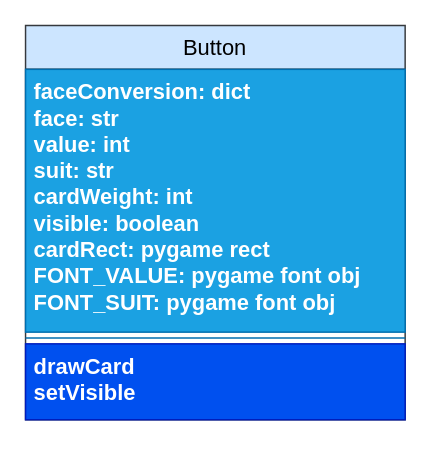
Above: flowCharts/card classdiagram.drawio in CDonners/None-Exam-Assessment-2026-AQA (draw.io), before the change. Source tidied: cells renumbered, new cells numbered last; positions are measured from the earlier drawing's top-left corner, leaving out a move shared by most shapes. Both pictures are drawn from the tidied source at 146%, with x=0, y=0 at pixel (25, 25).
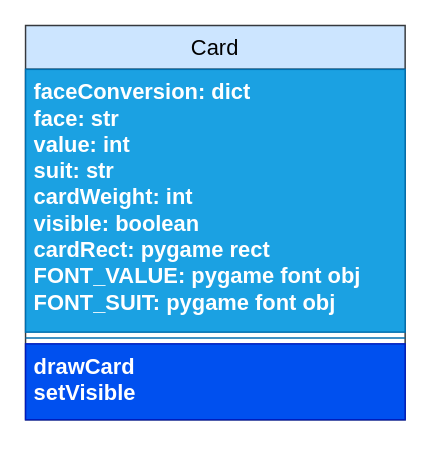
The same page after the edit.

Diff of the diagram source:
```diff
@@
 <mxGraphModel>
   <root>
     <mxCell id="0" />
     <mxCell id="1" parent="0" />
-    <mxCell id="2" value="&lt;span style=&quot;font-weight: normal;&quot;&gt;&lt;font style=&quot;font-size: 15px;&quot;&gt;Button&lt;/font&gt;&lt;/span&gt;" style="swimlane;fontStyle=1;align=center;verticalAlign=top;horizontal=1;startSize=30;whiteSpace=wrap;html=1;fillColor=#cce5ff;strokeColor=#36393d;" parent="1" vertex="1">
+    <mxCell id="2" value="&lt;span style=&quot;font-weight: normal;&quot;&gt;&lt;font style=&quot;font-size: 15px;&quot;&gt;Card&lt;/font&gt;&lt;/span&gt;" style="swimlane;fontStyle=1;align=center;verticalAlign=top;horizontal=1;startSize=30;whiteSpace=wrap;html=1;fillColor=#cce5ff;strokeColor=#36393d;" parent="1" vertex="1">
       <mxGeometry width="260" height="270" as="geometry" />
     </mxCell>
     <mxCell id="3" value="&lt;span style=&quot;font-size: 15px;&quot;&gt;&lt;b&gt;faceConversion: dict&lt;/b&gt;&lt;/span&gt;&lt;div&gt;&lt;span style=&quot;font-size: 15px;&quot;&gt;&lt;b&gt;face: str&lt;/b&gt;&lt;/span&gt;&lt;/div&gt;&lt;div&gt;&lt;span style=&quot;font-size: 15px;&quot;&gt;&lt;b&gt;value: int&lt;/b&gt;&lt;/span&gt;&lt;/div&gt;&lt;div&gt;&lt;span style=&quot;font-size: 15px;&quot;&gt;&lt;b&gt;suit: str&lt;/b&gt;&lt;/span&gt;&lt;/div&gt;&lt;div&gt;&lt;span style=&quot;font-size: 15px;&quot;&gt;&lt;b&gt;cardWeight: int&lt;/b&gt;&lt;/span&gt;&lt;/div&gt;&lt;div&gt;&lt;span style=&quot;font-size: 15px;&quot;&gt;&lt;b&gt;visible: boolean&lt;/b&gt;&lt;/span&gt;&lt;/div&gt;&lt;div&gt;&lt;span style=&quot;font-size: 15px;&quot;&gt;&lt;b&gt;cardRect: pygame rect&lt;/b&gt;&lt;/span&gt;&lt;/div&gt;&lt;div&gt;&lt;span style=&quot;font-size: 15px;&quot;&gt;&lt;b&gt;FONT_VALUE: pygame font obj&lt;/b&gt;&lt;/span&gt;&lt;/div&gt;&lt;div&gt;&lt;span style=&quot;font-size: 15px;&quot;&gt;&lt;b&gt;FONT_SUIT: pygame font obj&lt;/b&gt;&lt;/span&gt;&lt;/div&gt;" style="text;align=left;verticalAlign=top;spacingLeft=4;spacingRight=4;overflow=hidden;whiteSpace=wrap;html=1;fillColor=#1ba1e2;strokeColor=#006EAF;fontColor=#ffffff;" parent="2" vertex="1">
       <mxGeometry y="30" width="260" height="180" as="geometry" />
     </mxCell>
     <mxCell id="4" style="line;strokeWidth=1;align=left;verticalAlign=middle;spacingTop=-1;spacingLeft=3;spacingRight=3;labelPosition=right;fillColor=#1ba1e2;fontColor=#ffffff;strokeColor=#006EAF;" parent="2" vertex="1">
       <mxGeometry y="210" width="260" height="8" as="geometry" />
     </mxCell>
     <mxCell id="5" value="&lt;span style=&quot;font-size: 15px;&quot;&gt;&lt;b&gt;drawCard&lt;/b&gt;&lt;/span&gt;&lt;div&gt;&lt;span style=&quot;font-size: 15px;&quot;&gt;&lt;b&gt;setVisible&lt;/b&gt;&lt;/span&gt;&lt;/div&gt;" style="text;strokeColor=#001DBC;fillColor=#0050ef;align=left;verticalAlign=top;spacingLeft=4;spacingRight=4;overflow=hidden;whiteSpace=wrap;html=1;fontColor=#ffffff;" parent="2" vertex="1">
       <mxGeometry y="218" width="260" height="52" as="geometry" />
     </mxCell>
   </root>
 </mxGraphModel>
```
